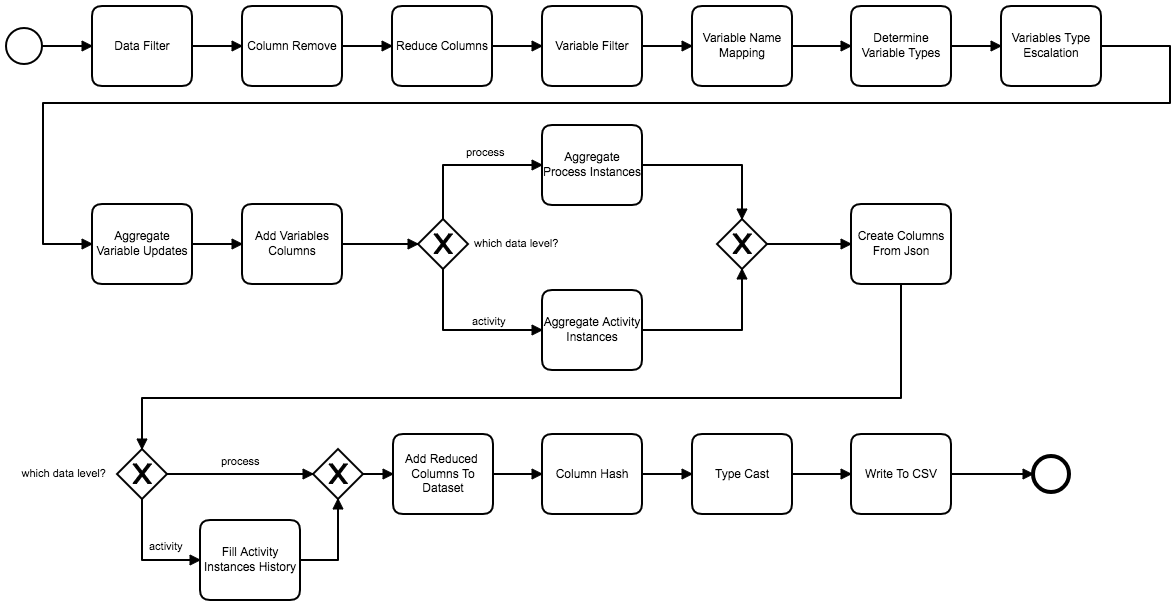
The BPMN diagram spark-importer/doc/pipeline-process.png in viadee/bpmn.ai, before a commit. Its source is kept beside it as spark-importer/doc/pipeline-process.bpmn. Ids are renumbered. Its diagram source:
```xml
<bpmn:definitions xmlns:bpmn="http://www.omg.org/spec/BPMN/20100524/MODEL" xmlns:bpmndi="http://www.omg.org/spec/BPMN/20100524/DI" xmlns:di="http://www.omg.org/spec/DD/20100524/DI" xmlns:dc="http://www.omg.org/spec/DD/20100524/DC" id="Definitions_n1" targetNamespace="http://bpmn.io/schema/bpmn" exporter="Camunda Modeler" exporterVersion="1.16.2">
  <bpmn:process id="Process_1" isExecutable="true">
    <bpmn:startEvent id="StartEvent_1">
      <bpmn:outgoing>SequenceFlow_n2</bpmn:outgoing>
    </bpmn:startEvent>
    <bpmn:task id="Task_n3" name="Data Filter">
      <bpmn:incoming>SequenceFlow_n2</bpmn:incoming>
      <bpmn:outgoing>SequenceFlow_n4</bpmn:outgoing>
    </bpmn:task>
    <bpmn:sequenceFlow id="SequenceFlow_n2" sourceRef="StartEvent_1" targetRef="Task_n3" />
    <bpmn:task id="Task_n5" name="Column Remove">
      <bpmn:incoming>SequenceFlow_n4</bpmn:incoming>
      <bpmn:outgoing>SequenceFlow_n6</bpmn:outgoing>
    </bpmn:task>
    <bpmn:sequenceFlow id="SequenceFlow_n4" sourceRef="Task_n3" targetRef="Task_n5" />
    <bpmn:task id="Task_n7" name="Reduce Columns">
      <bpmn:incoming>SequenceFlow_n6</bpmn:incoming>
      <bpmn:outgoing>SequenceFlow_n8</bpmn:outgoing>
    </bpmn:task>
    <bpmn:sequenceFlow id="SequenceFlow_n6" sourceRef="Task_n5" targetRef="Task_n7" />
    <bpmn:task id="Task_n9" name="Variable Filter">
      <bpmn:incoming>SequenceFlow_n8</bpmn:incoming>
      <bpmn:outgoing>SequenceFlow_n10</bpmn:outgoing>
    </bpmn:task>
    <bpmn:sequenceFlow id="SequenceFlow_n8" sourceRef="Task_n7" targetRef="Task_n9" />
    <bpmn:task id="Task_n11" name="Variable Name Mapping">
      <bpmn:incoming>SequenceFlow_n10</bpmn:incoming>
      <bpmn:outgoing>SequenceFlow_n12</bpmn:outgoing>
    </bpmn:task>
    <bpmn:sequenceFlow id="SequenceFlow_n10" sourceRef="Task_n9" targetRef="Task_n11" />
    <bpmn:task id="Task_n13" name="Determine Variable Types">
      <bpmn:incoming>SequenceFlow_n12</bpmn:incoming>
      <bpmn:outgoing>SequenceFlow_n14</bpmn:outgoing>
    </bpmn:task>
    <bpmn:task id="Task_n15" name="Variables Type Escalation">
      <bpmn:incoming>SequenceFlow_n14</bpmn:incoming>
      <bpmn:outgoing>SequenceFlow_n16</bpmn:outgoing>
    </bpmn:task>
    <bpmn:sequenceFlow id="SequenceFlow_n14" sourceRef="Task_n13" targetRef="Task_n15" />
    <bpmn:task id="Task_n17" name="Aggregate Variable Updates">
      <bpmn:incoming>SequenceFlow_n16</bpmn:incoming>
      <bpmn:outgoing>SequenceFlow_n18</bpmn:outgoing>
    </bpmn:task>
    <bpmn:task id="Task_n19" name="Add Variables Columns">
      <bpmn:incoming>SequenceFlow_n18</bpmn:incoming>
      <bpmn:outgoing>SequenceFlow_n20</bpmn:outgoing>
    </bpmn:task>
    <bpmn:sequenceFlow id="SequenceFlow_n18" sourceRef="Task_n17" targetRef="Task_n19" />
    <bpmn:exclusiveGateway id="ExclusiveGateway_n21" name="which data level?">
      <bpmn:incoming>SequenceFlow_n20</bpmn:incoming>
      <bpmn:outgoing>SequenceFlow_n22</bpmn:outgoing>
      <bpmn:outgoing>SequenceFlow_n23</bpmn:outgoing>
    </bpmn:exclusiveGateway>
    <bpmn:task id="Task_n24" name="Aggregate Process Instances">
      <bpmn:incoming>SequenceFlow_n22</bpmn:incoming>
      <bpmn:outgoing>SequenceFlow_n25</bpmn:outgoing>
    </bpmn:task>
    <bpmn:sequenceFlow id="SequenceFlow_n22" name="process" sourceRef="ExclusiveGateway_n21" targetRef="Task_n24" />
    <bpmn:task id="Task_n26" name="Aggregate Activity Instances">
      <bpmn:incoming>SequenceFlow_n23</bpmn:incoming>
      <bpmn:outgoing>SequenceFlow_n27</bpmn:outgoing>
    </bpmn:task>
    <bpmn:sequenceFlow id="SequenceFlow_n23" name="activity" sourceRef="ExclusiveGateway_n21" targetRef="Task_n26" />
    <bpmn:exclusiveGateway id="ExclusiveGateway_n28">
      <bpmn:incoming>SequenceFlow_n25</bpmn:incoming>
      <bpmn:incoming>SequenceFlow_n27</bpmn:incoming>
      <bpmn:outgoing>SequenceFlow_n29</bpmn:outgoing>
    </bpmn:exclusiveGateway>
    <bpmn:sequenceFlow id="SequenceFlow_n25" sourceRef="Task_n24" targetRef="ExclusiveGateway_n28" />
    <bpmn:sequenceFlow id="SequenceFlow_n27" sourceRef="Task_n26" targetRef="ExclusiveGateway_n28" />
    <bpmn:task id="Task_n30" name="Create Columns From Json">
      <bpmn:incoming>SequenceFlow_n29</bpmn:incoming>
      <bpmn:outgoing>SequenceFlow_n31</bpmn:outgoing>
    </bpmn:task>
    <bpmn:exclusiveGateway id="ExclusiveGateway_n32" name="which data level?">
      <bpmn:incoming>SequenceFlow_n31</bpmn:incoming>
      <bpmn:outgoing>SequenceFlow_n33</bpmn:outgoing>
      <bpmn:outgoing>SequenceFlow_n34</bpmn:outgoing>
    </bpmn:exclusiveGateway>
    <bpmn:task id="Task_n35" name="Fill Activity Instances History">
      <bpmn:incoming>SequenceFlow_n33</bpmn:incoming>
      <bpmn:outgoing>SequenceFlow_n36</bpmn:outgoing>
    </bpmn:task>
    <bpmn:sequenceFlow id="SequenceFlow_n33" name="activity" sourceRef="ExclusiveGateway_n32" targetRef="Task_n35" />
    <bpmn:exclusiveGateway id="ExclusiveGateway_n37">
      <bpmn:incoming>SequenceFlow_n36</bpmn:incoming>
      <bpmn:incoming>SequenceFlow_n34</bpmn:incoming>
      <bpmn:outgoing>SequenceFlow_n38</bpmn:outgoing>
    </bpmn:exclusiveGateway>
    <bpmn:sequenceFlow id="SequenceFlow_n36" sourceRef="Task_n35" targetRef="ExclusiveGateway_n37" />
    <bpmn:task id="Task_n39" name="Add Reduced  Columns To Dataset">
      <bpmn:incoming>SequenceFlow_n38</bpmn:incoming>
      <bpmn:outgoing>SequenceFlow_n40</bpmn:outgoing>
    </bpmn:task>
    <bpmn:sequenceFlow id="SequenceFlow_n38" sourceRef="ExclusiveGateway_n37" targetRef="Task_n39" />
    <bpmn:task id="Task_n41" name="Column Hash">
      <bpmn:incoming>SequenceFlow_n40</bpmn:incoming>
      <bpmn:outgoing>SequenceFlow_n42</bpmn:outgoing>
    </bpmn:task>
    <bpmn:sequenceFlow id="SequenceFlow_n40" sourceRef="Task_n39" targetRef="Task_n41" />
    <bpmn:task id="Task_n43" name="Type Cast">
      <bpmn:incoming>SequenceFlow_n42</bpmn:incoming>
      <bpmn:outgoing>SequenceFlow_n44</bpmn:outgoing>
    </bpmn:task>
    <bpmn:sequenceFlow id="SequenceFlow_n42" sourceRef="Task_n41" targetRef="Task_n43" />
    <bpmn:task id="Task_n45" name="Write To CSV">
      <bpmn:incoming>SequenceFlow_n44</bpmn:incoming>
      <bpmn:outgoing>SequenceFlow_n46</bpmn:outgoing>
    </bpmn:task>
    <bpmn:sequenceFlow id="SequenceFlow_n44" sourceRef="Task_n43" targetRef="Task_n45" />
    <bpmn:sequenceFlow id="SequenceFlow_n12" sourceRef="Task_n11" targetRef="Task_n13" />
    <bpmn:endEvent id="EndEvent_n47">
      <bpmn:incoming>SequenceFlow_n46</bpmn:incoming>
    </bpmn:endEvent>
    <bpmn:sequenceFlow id="SequenceFlow_n46" sourceRef="Task_n45" targetRef="EndEvent_n47" />
    <bpmn:sequenceFlow id="SequenceFlow_n29" sourceRef="ExclusiveGateway_n28" targetRef="Task_n30" />
    <bpmn:sequenceFlow id="SequenceFlow_n20" sourceRef="Task_n19" targetRef="ExclusiveGateway_n21" />
    <bpmn:sequenceFlow id="SequenceFlow_n16" sourceRef="Task_n15" targetRef="Task_n17" />
    <bpmn:sequenceFlow id="SequenceFlow_n34" name="process" sourceRef="ExclusiveGateway_n32" targetRef="ExclusiveGateway_n37" />
    <bpmn:sequenceFlow id="SequenceFlow_n31" sourceRef="Task_n30" targetRef="ExclusiveGateway_n32" />
  </bpmn:process>
  <bpmndi:BPMNDiagram id="BPMNDiagram_1">
    <bpmndi:BPMNPlane id="BPMNPlane_1" bpmnElement="Process_1">
      <bpmndi:BPMNShape id="_BPMNShape_StartEvent_2" bpmnElement="StartEvent_1">
        <dc:Bounds x="173" y="102" width="36" height="36" />
      </bpmndi:BPMNShape>
      <bpmndi:BPMNShape id="Task_n3_di" bpmnElement="Task_n3">
        <dc:Bounds x="259" y="80" width="100" height="80" />
      </bpmndi:BPMNShape>
      <bpmndi:BPMNEdge id="SequenceFlow_n2_di" bpmnElement="SequenceFlow_n2">
        <di:waypoint x="209" y="120" />
        <di:waypoint x="259" y="120" />
      </bpmndi:BPMNEdge>
      <bpmndi:BPMNShape id="Task_n5_di" bpmnElement="Task_n5">
        <dc:Bounds x="409" y="80" width="100" height="80" />
      </bpmndi:BPMNShape>
      <bpmndi:BPMNEdge id="SequenceFlow_n4_di" bpmnElement="SequenceFlow_n4">
        <di:waypoint x="359" y="120" />
        <di:waypoint x="409" y="120" />
      </bpmndi:BPMNEdge>
      <bpmndi:BPMNShape id="Task_n7_di" bpmnElement="Task_n7">
        <dc:Bounds x="559" y="80" width="100" height="80" />
      </bpmndi:BPMNShape>
      <bpmndi:BPMNEdge id="SequenceFlow_n6_di" bpmnElement="SequenceFlow_n6">
        <di:waypoint x="509" y="120" />
        <di:waypoint x="559" y="120" />
      </bpmndi:BPMNEdge>
      <bpmndi:BPMNShape id="Task_n9_di" bpmnElement="Task_n9">
        <dc:Bounds x="709" y="80" width="100" height="80" />
      </bpmndi:BPMNShape>
      <bpmndi:BPMNEdge id="SequenceFlow_n8_di" bpmnElement="SequenceFlow_n8">
        <di:waypoint x="659" y="120" />
        <di:waypoint x="709" y="120" />
      </bpmndi:BPMNEdge>
      <bpmndi:BPMNShape id="Task_n11_di" bpmnElement="Task_n11">
        <dc:Bounds x="859" y="80" width="100" height="80" />
      </bpmndi:BPMNShape>
      <bpmndi:BPMNEdge id="SequenceFlow_n10_di" bpmnElement="SequenceFlow_n10">
        <di:waypoint x="809" y="120" />
        <di:waypoint x="859" y="120" />
      </bpmndi:BPMNEdge>
      <bpmndi:BPMNShape id="Task_n13_di" bpmnElement="Task_n13">
        <dc:Bounds x="1018" y="80" width="100" height="80" />
      </bpmndi:BPMNShape>
      <bpmndi:BPMNShape id="Task_n15_di" bpmnElement="Task_n15">
        <dc:Bounds x="1168" y="80" width="100" height="80" />
      </bpmndi:BPMNShape>
      <bpmndi:BPMNEdge id="SequenceFlow_n14_di" bpmnElement="SequenceFlow_n14">
        <di:waypoint x="1118" y="120" />
        <di:waypoint x="1168" y="120" />
      </bpmndi:BPMNEdge>
      <bpmndi:BPMNShape id="Task_n17_di" bpmnElement="Task_n17">
        <dc:Bounds x="259" y="278" width="100" height="80" />
      </bpmndi:BPMNShape>
      <bpmndi:BPMNShape id="Task_n19_di" bpmnElement="Task_n19">
        <dc:Bounds x="409" y="278" width="100" height="80" />
      </bpmndi:BPMNShape>
      <bpmndi:BPMNEdge id="SequenceFlow_n18_di" bpmnElement="SequenceFlow_n18">
        <di:waypoint x="359" y="318" />
        <di:waypoint x="409" y="318" />
      </bpmndi:BPMNEdge>
      <bpmndi:BPMNShape id="ExclusiveGateway_n21_di" bpmnElement="ExclusiveGateway_n21" isMarkerVisible="true">
        <dc:Bounds x="585" y="293" width="50" height="50" />
        <bpmndi:BPMNLabel>
          <dc:Bounds x="641" y="311" width="85" height="14" />
        </bpmndi:BPMNLabel>
      </bpmndi:BPMNShape>
      <bpmndi:BPMNShape id="Task_n24_di" bpmnElement="Task_n24">
        <dc:Bounds x="709" y="199" width="100" height="80" />
      </bpmndi:BPMNShape>
      <bpmndi:BPMNEdge id="SequenceFlow_n22_di" bpmnElement="SequenceFlow_n22">
        <di:waypoint x="610" y="293" />
        <di:waypoint x="610" y="239" />
        <di:waypoint x="709" y="239" />
        <bpmndi:BPMNLabel>
          <dc:Bounds x="633" y="220" width="39" height="14" />
        </bpmndi:BPMNLabel>
      </bpmndi:BPMNEdge>
      <bpmndi:BPMNShape id="Task_n26_di" bpmnElement="Task_n26">
        <dc:Bounds x="709" y="364" width="100" height="80" />
      </bpmndi:BPMNShape>
      <bpmndi:BPMNEdge id="SequenceFlow_n23_di" bpmnElement="SequenceFlow_n23">
        <di:waypoint x="610" y="343" />
        <di:waypoint x="610" y="404" />
        <di:waypoint x="709" y="404" />
        <bpmndi:BPMNLabel>
          <dc:Bounds x="639" y="389" width="34" height="14" />
        </bpmndi:BPMNLabel>
      </bpmndi:BPMNEdge>
      <bpmndi:BPMNShape id="ExclusiveGateway_n28_di" bpmnElement="ExclusiveGateway_n28" isMarkerVisible="true">
        <dc:Bounds x="884" y="293" width="50" height="50" />
      </bpmndi:BPMNShape>
      <bpmndi:BPMNEdge id="SequenceFlow_n25_di" bpmnElement="SequenceFlow_n25">
        <di:waypoint x="809" y="239" />
        <di:waypoint x="909" y="239" />
        <di:waypoint x="909" y="293" />
      </bpmndi:BPMNEdge>
      <bpmndi:BPMNEdge id="SequenceFlow_n27_di" bpmnElement="SequenceFlow_n27">
        <di:waypoint x="809" y="404" />
        <di:waypoint x="909" y="404" />
        <di:waypoint x="909" y="343" />
      </bpmndi:BPMNEdge>
      <bpmndi:BPMNShape id="Task_n30_di" bpmnElement="Task_n30">
        <dc:Bounds x="1018" y="278" width="100" height="80" />
      </bpmndi:BPMNShape>
      <bpmndi:BPMNShape id="ExclusiveGateway_n32_di" bpmnElement="ExclusiveGateway_n32" isMarkerVisible="true">
        <dc:Bounds x="284" y="523" width="50" height="50" />
        <bpmndi:BPMNLabel>
          <dc:Bounds x="188.5" y="541" width="85" height="14" />
        </bpmndi:BPMNLabel>
      </bpmndi:BPMNShape>
      <bpmndi:BPMNShape id="Task_n35_di" bpmnElement="Task_n35">
        <dc:Bounds x="367" y="594" width="100" height="80" />
      </bpmndi:BPMNShape>
      <bpmndi:BPMNEdge id="SequenceFlow_n33_di" bpmnElement="SequenceFlow_n33">
        <di:waypoint x="309" y="573" />
        <di:waypoint x="309" y="634" />
        <di:waypoint x="367" y="634" />
        <bpmndi:BPMNLabel>
          <dc:Bounds x="316" y="614" width="34" height="14" />
        </bpmndi:BPMNLabel>
      </bpmndi:BPMNEdge>
      <bpmndi:BPMNShape id="ExclusiveGateway_n37_di" bpmnElement="ExclusiveGateway_n37" isMarkerVisible="true">
        <dc:Bounds x="480" y="523" width="50" height="50" />
      </bpmndi:BPMNShape>
      <bpmndi:BPMNEdge id="SequenceFlow_n36_di" bpmnElement="SequenceFlow_n36">
        <di:waypoint x="467" y="634" />
        <di:waypoint x="505" y="634" />
        <di:waypoint x="505" y="573" />
      </bpmndi:BPMNEdge>
      <bpmndi:BPMNShape id="Task_n39_di" bpmnElement="Task_n39">
        <dc:Bounds x="560" y="508" width="100" height="80" />
      </bpmndi:BPMNShape>
      <bpmndi:BPMNEdge id="SequenceFlow_n38_di" bpmnElement="SequenceFlow_n38">
        <di:waypoint x="530" y="548" />
        <di:waypoint x="560" y="548" />
      </bpmndi:BPMNEdge>
      <bpmndi:BPMNShape id="Task_n41_di" bpmnElement="Task_n41">
        <dc:Bounds x="709" y="508" width="100" height="80" />
      </bpmndi:BPMNShape>
      <bpmndi:BPMNEdge id="SequenceFlow_n40_di" bpmnElement="SequenceFlow_n40">
        <di:waypoint x="660" y="548" />
        <di:waypoint x="709" y="548" />
      </bpmndi:BPMNEdge>
      <bpmndi:BPMNShape id="Task_n43_di" bpmnElement="Task_n43">
        <dc:Bounds x="859" y="508" width="100" height="80" />
      </bpmndi:BPMNShape>
      <bpmndi:BPMNEdge id="SequenceFlow_n42_di" bpmnElement="SequenceFlow_n42">
        <di:waypoint x="809" y="548" />
        <di:waypoint x="859" y="548" />
      </bpmndi:BPMNEdge>
      <bpmndi:BPMNShape id="Task_n45_di" bpmnElement="Task_n45">
        <dc:Bounds x="1018" y="508" width="100" height="80" />
      </bpmndi:BPMNShape>
      <bpmndi:BPMNEdge id="SequenceFlow_n44_di" bpmnElement="SequenceFlow_n44">
        <di:waypoint x="959" y="548" />
        <di:waypoint x="1018" y="548" />
      </bpmndi:BPMNEdge>
      <bpmndi:BPMNEdge id="SequenceFlow_n12_di" bpmnElement="SequenceFlow_n12">
        <di:waypoint x="959" y="120" />
        <di:waypoint x="1018" y="120" />
      </bpmndi:BPMNEdge>
      <bpmndi:BPMNShape id="EndEvent_n47_di" bpmnElement="EndEvent_n47">
        <dc:Bounds x="1200" y="530" width="36" height="36" />
      </bpmndi:BPMNShape>
      <bpmndi:BPMNEdge id="SequenceFlow_n46_di" bpmnElement="SequenceFlow_n46">
        <di:waypoint x="1118" y="548" />
        <di:waypoint x="1200" y="548" />
      </bpmndi:BPMNEdge>
      <bpmndi:BPMNEdge id="SequenceFlow_n29_di" bpmnElement="SequenceFlow_n29">
        <di:waypoint x="934" y="318" />
        <di:waypoint x="1018" y="318" />
      </bpmndi:BPMNEdge>
      <bpmndi:BPMNEdge id="SequenceFlow_n20_di" bpmnElement="SequenceFlow_n20">
        <di:waypoint x="509" y="318" />
        <di:waypoint x="585" y="318" />
      </bpmndi:BPMNEdge>
      <bpmndi:BPMNEdge id="SequenceFlow_n16_di" bpmnElement="SequenceFlow_n16">
        <di:waypoint x="1268" y="120" />
        <di:waypoint x="1337" y="120" />
        <di:waypoint x="1337" y="177" />
        <di:waypoint x="210" y="177" />
        <di:waypoint x="210" y="318" />
        <di:waypoint x="259" y="318" />
      </bpmndi:BPMNEdge>
      <bpmndi:BPMNEdge id="SequenceFlow_n34_di" bpmnElement="SequenceFlow_n34">
        <di:waypoint x="334" y="548" />
        <di:waypoint x="480" y="548" />
        <bpmndi:BPMNLabel>
          <dc:Bounds x="388" y="529" width="39" height="14" />
        </bpmndi:BPMNLabel>
      </bpmndi:BPMNEdge>
      <bpmndi:BPMNEdge id="SequenceFlow_n31_di" bpmnElement="SequenceFlow_n31">
        <di:waypoint x="1068" y="358" />
        <di:waypoint x="1068" y="472" />
        <di:waypoint x="309" y="472" />
        <di:waypoint x="309" y="523" />
      </bpmndi:BPMNEdge>
    </bpmndi:BPMNPlane>
  </bpmndi:BPMNDiagram>
</bpmn:definitions>
```
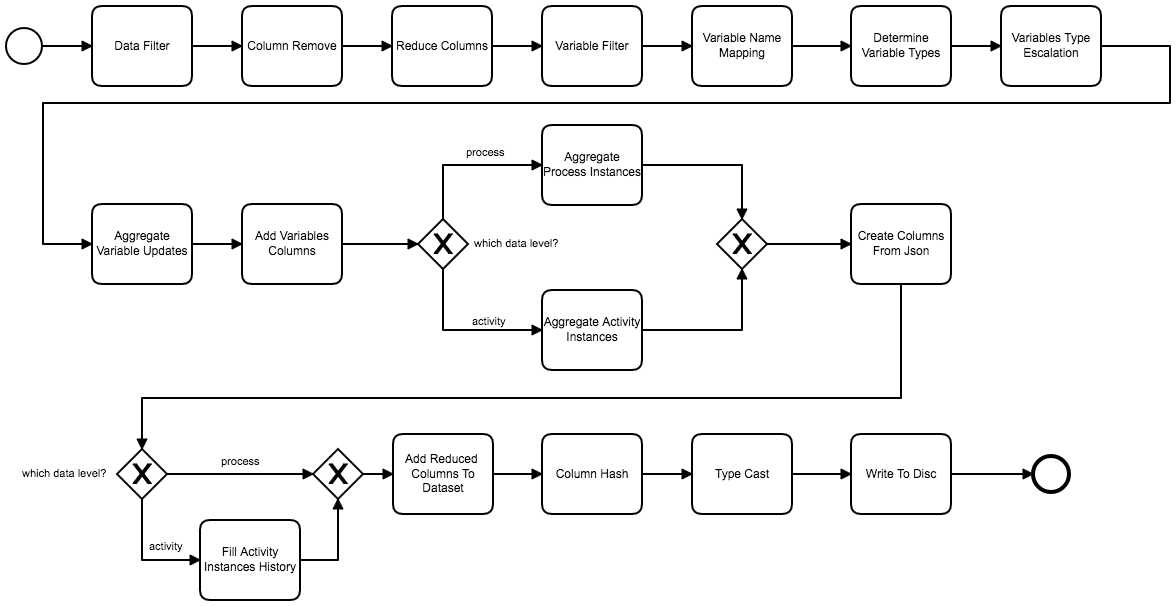
After the change.

Change to the diagram source:
```diff
@@ -103,7 +103,7 @@
       <bpmn:outgoing>SequenceFlow_n44</bpmn:outgoing>
     </bpmn:task>
     <bpmn:sequenceFlow id="SequenceFlow_n42" sourceRef="Task_n41" targetRef="Task_n43" />
-    <bpmn:task id="Task_n45" name="Write To CSV">
+    <bpmn:task id="Task_n45" name="Write To Disc">
       <bpmn:incoming>SequenceFlow_n44</bpmn:incoming>
       <bpmn:outgoing>SequenceFlow_n46</bpmn:outgoing>
     </bpmn:task>
```
